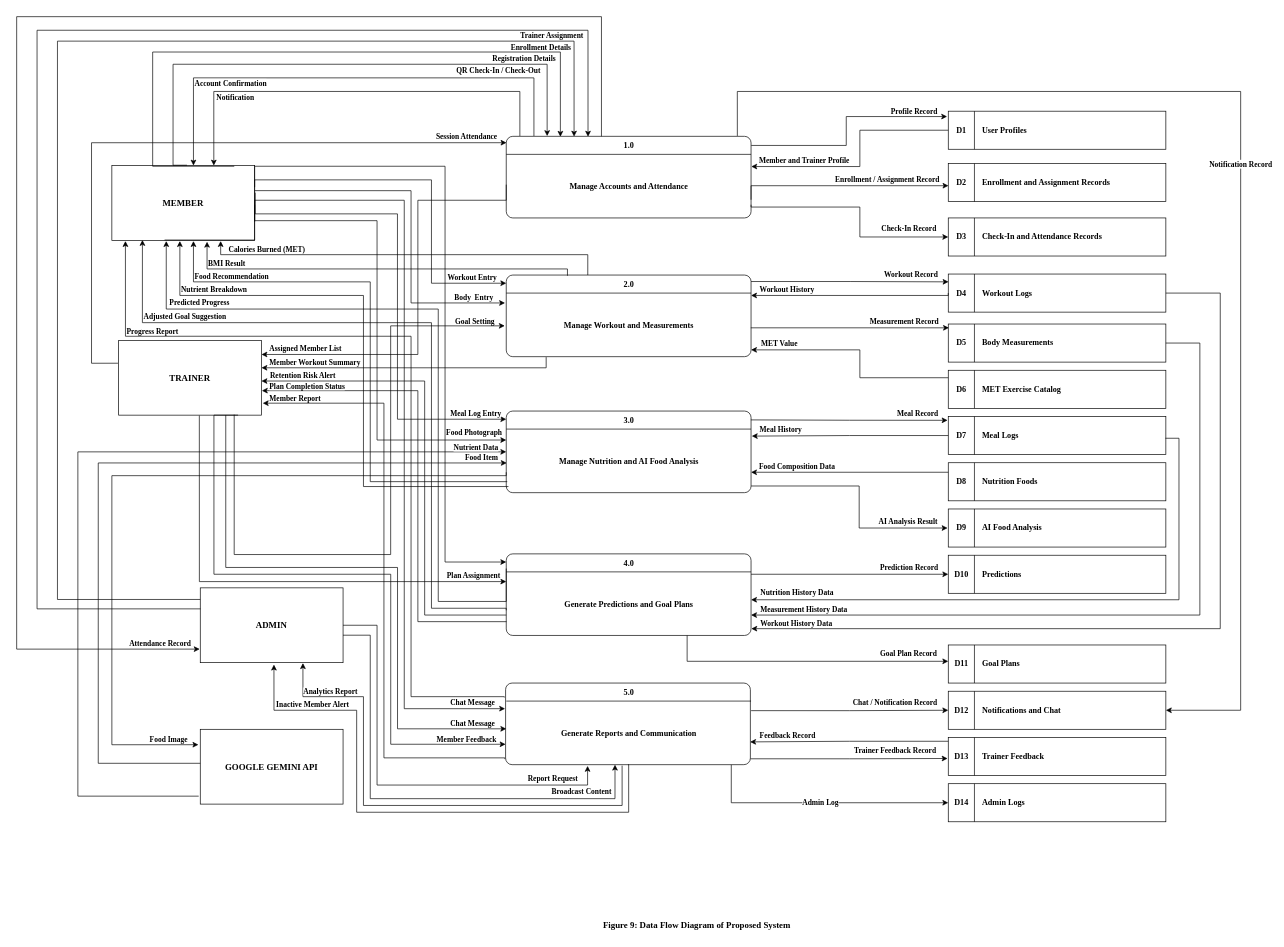
JohnPaul010505/capstsh keeps this draw.io diagram as chapter123/DFD-Fig09-Proposed-Overall.drawio. Above is the earlier version. Source tidied: cells renumbered, new cells numbered last; positions are measured from the earlier drawing's top-left corner, leaving out a move shared by most shapes. Both pictures are drawn from the tidied source at 68%, with x=0, y=0 at pixel (16, 16).
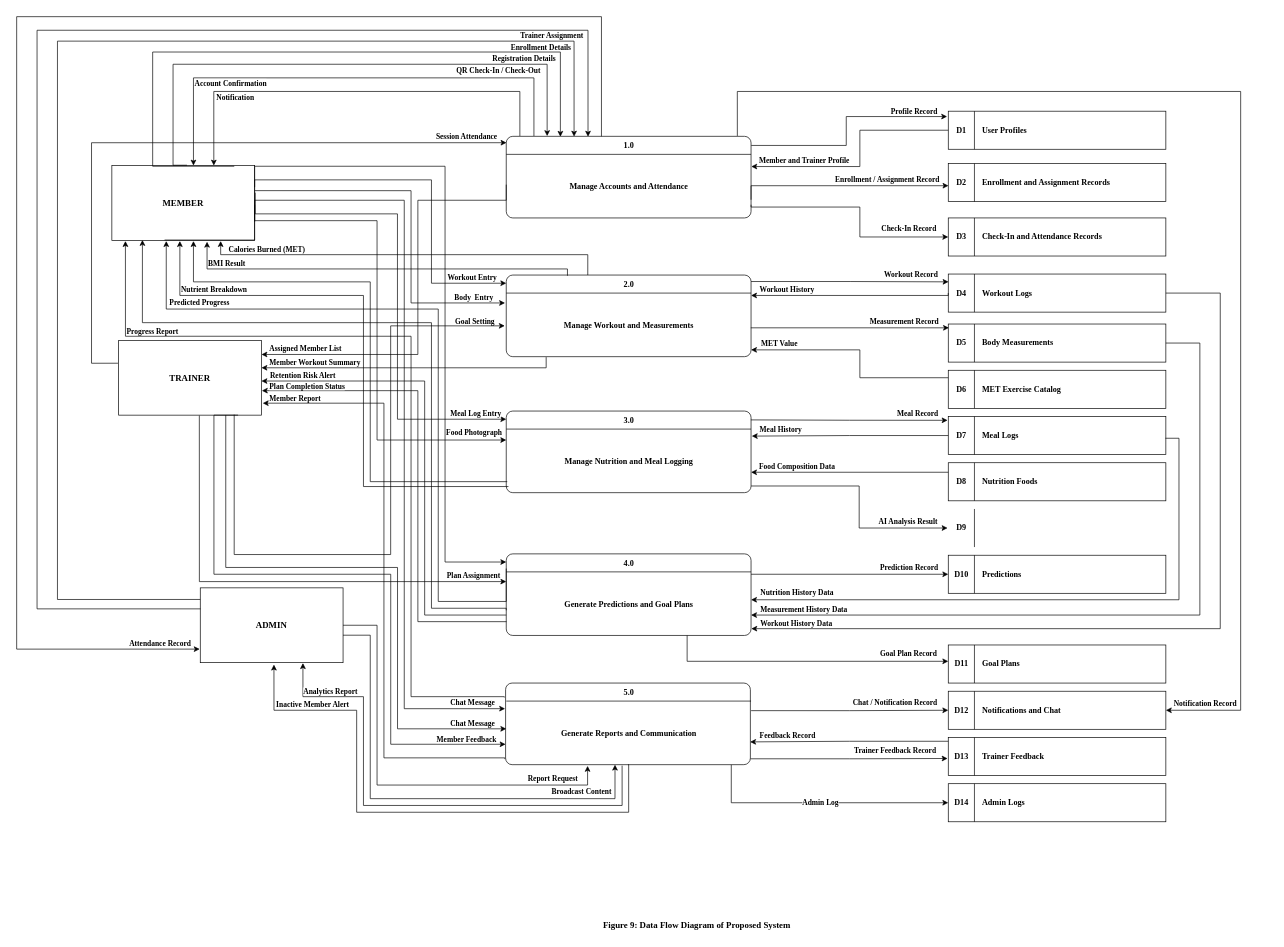
The same diagram, later.

Unchanged cells that the change refers to:
```xml
<mxCell id="7" style="rounded=1;arcSize=8;whiteSpace=wrap;html=1;fillColor=#FFFFFF;strokeColor=#000000;" parent="1" vertex="1">
  <mxGeometry x="720" y="176" width="360" height="120" as="geometry" />
</mxCell>
<mxCell id="15" style="rounded=1;arcSize=8;whiteSpace=wrap;html=1;fillColor=#FFFFFF;strokeColor=#000000;" parent="1" vertex="1">
  <mxGeometry x="720" y="580" width="360" height="120" as="geometry" />
</mxCell>
<mxCell id="60" value="Notifications and Chat" style="rounded=0;whiteSpace=wrap;html=1;fontFamily=Times New Roman;fontSize=12;fontStyle=1;fillColor=#FFFFFF;strokeColor=#000000;align=left;spacingLeft=48;" parent="1" vertex="1">
  <mxGeometry x="1370" y="992" width="320" height="56" as="geometry" />
</mxCell>
```

Change to the diagram source:
```diff
@@
-    <mxCell id="6" value="GOOGLE GEMINI API" style="rounded=0;whiteSpace=wrap;html=1;fontFamily=Times New Roman;fontSize=13;fontStyle=1;fillColor=#FFFFFF;strokeColor=#000000;" parent="1" vertex="1">
-      <mxGeometry x="270" y="1048" width="210" height="110" as="geometry" />
-    </mxCell>
@@
-    <mxCell id="17" value="Manage Nutrition and AI Food Analysis" style="text;html=1;align=center;verticalAlign=middle;fontFamily=Times New Roman;fontSize=12;fontStyle=1;strokeColor=none;fillColor=none;" parent="1" vertex="1">
+    <mxCell id="17" value="Manage Nutrition and Meal Logging" style="text;html=1;align=center;verticalAlign=middle;fontFamily=Times New Roman;fontSize=12;fontStyle=1;strokeColor=none;fillColor=none;" parent="1" vertex="1">
       <mxGeometry x="726" y="612" width="348" height="84" as="geometry" />
     </mxCell>
@@
-    <mxCell id="51" value="AI Food Analysis" style="rounded=0;whiteSpace=wrap;html=1;fontFamily=Times New Roman;fontSize=12;fontStyle=1;fillColor=#FFFFFF;strokeColor=#000000;align=left;spacingLeft=48;" parent="1" vertex="1">
-      <mxGeometry x="1370" y="724" width="320" height="56" as="geometry" />
-    </mxCell>
@@
-    <mxCell id="82" value="Notification Record" style="edgeStyle=orthogonalEdgeStyle;rounded=0;html=1;endArrow=classic;endFill=1;fontFamily=Times New Roman;fontSize=11;fontStyle=1;labelBackgroundColor=#FFFFFF;strokeColor=#000000;exitX=0.944;exitY=-0.005;exitDx=0;exitDy=0;exitPerimeter=0;entryX=1;entryY=0.5;entryDx=0;entryDy=0;" parent="1" edge="1" source="7" target="60">
+    <mxCell id="82" style="edgeStyle=orthogonalEdgeStyle;rounded=0;html=1;endArrow=classic;endFill=1;fontFamily=Times New Roman;fontSize=11;fontStyle=1;labelBackgroundColor=#FFFFFF;strokeColor=#000000;exitX=0.944;exitY=-0.005;exitDx=0;exitDy=0;exitPerimeter=0;entryX=1;entryY=0.5;entryDx=0;entryDy=0;" parent="1" edge="1" source="7" target="60">
       <mxGeometry relative="1" as="geometry">
         <Array as="points">
           <mxPoint x="1059.8" y="110" />
           <mxPoint x="1800" y="110" />
           <mxPoint x="1800" y="1020" />
         </Array>
       </mxGeometry>
     </mxCell>
@@
-    <mxCell id="101" style="edgeStyle=orthogonalEdgeStyle;rounded=0;html=1;endArrow=classic;endFill=1;fontFamily=Times New Roman;fontSize=11;fontStyle=1;labelBackgroundColor=#FFFFFF;strokeColor=#000000;entryX=-0.013;entryY=0.206;entryDx=0;entryDy=0;entryPerimeter=0;exitX=0;exitY=0.75;exitDx=0;exitDy=0;" parent="1" edge="1" source="15" target="6">
-      <mxGeometry relative="1" as="geometry">
-        <Array as="points">
-          <mxPoint x="720" y="675" />
-          <mxPoint x="140" y="675" />
-          <mxPoint x="140" y="1070.7" />
-        </Array>
-      </mxGeometry>
-    </mxCell>
-    <mxCell id="102" style="edgeStyle=orthogonalEdgeStyle;rounded=0;html=1;endArrow=classic;endFill=1;fontFamily=Times New Roman;fontSize=11;fontStyle=1;labelBackgroundColor=#FFFFFF;strokeColor=#000000;exitX=0;exitY=0.5;exitDx=0;exitDy=0;entryX=0.002;entryY=0.636;entryDx=0;entryDy=0;entryPerimeter=0;" parent="1" edge="1" target="15">
-      <mxGeometry relative="1" as="geometry">
-        <mxPoint x="270" y="1098" as="sourcePoint" />
-        <Array as="points">
-          <mxPoint x="120" y="1098" />
-          <mxPoint x="120" y="656.3" />
-        </Array>
-      </mxGeometry>
-    </mxCell>
-    <mxCell id="103" style="edgeStyle=orthogonalEdgeStyle;rounded=0;html=1;endArrow=classic;endFill=1;fontFamily=Times New Roman;fontSize=11;fontStyle=1;labelBackgroundColor=#FFFFFF;strokeColor=#000000;entryX=0;entryY=0.5;entryDx=0;entryDy=0;exitX=-0.011;exitY=0.894;exitDx=0;exitDy=0;exitPerimeter=0;" parent="1" edge="1" source="6" target="15">
-      <mxGeometry relative="1" as="geometry">
-        <Array as="points">
-          <mxPoint x="90" y="1146.3" />
-          <mxPoint x="90" y="640" />
-        </Array>
-      </mxGeometry>
-    </mxCell>
@@
-    <mxCell id="153" value="&lt;span style=&quot;color: rgb(0, 0, 0); font-family: &amp;quot;Times New Roman&amp;quot;; font-size: 11px; font-style: normal; font-variant-ligatures: normal; font-variant-caps: normal; font-weight: 700; letter-spacing: normal; orphans: 2; text-align: center; text-indent: 0px; text-transform: none; widows: 2; word-spacing: 0px; -webkit-text-stroke-width: 0px; white-space: nowrap; background-color: rgb(255, 255, 255); text-decoration-thickness: initial; text-decoration-style: initial; text-decoration-color: initial; display: inline !important; float: none;&quot;&gt;Food Recommendation&lt;/span&gt;" style="text;whiteSpace=wrap;html=1;" parent="1" vertex="1">
-      <mxGeometry x="260" y="369" width="140" height="20" as="geometry" />
-    </mxCell>
@@
-    <mxCell id="156" value="&lt;span style=&quot;color: rgb(0, 0, 0); font-family: &amp;quot;Times New Roman&amp;quot;; font-size: 11px; font-style: normal; font-variant-ligatures: normal; font-variant-caps: normal; font-weight: 700; letter-spacing: normal; orphans: 2; text-align: center; text-indent: 0px; text-transform: none; widows: 2; word-spacing: 0px; -webkit-text-stroke-width: 0px; white-space: nowrap; background-color: rgb(255, 255, 255); text-decoration-thickness: initial; text-decoration-style: initial; text-decoration-color: initial; display: inline !important; float: none;&quot;&gt;Adjusted Goal Suggestion&lt;/span&gt;" style="text;whiteSpace=wrap;html=1;" parent="1" vertex="1">
-      <mxGeometry x="185" y="426.5" width="160" height="40" as="geometry" />
-    </mxCell>
@@
-    <mxCell id="170" value="&lt;span style=&quot;color: rgb(0, 0, 0); font-family: &amp;quot;Times New Roman&amp;quot;; font-size: 11px; font-style: normal; font-variant-ligatures: normal; font-variant-caps: normal; font-weight: 700; letter-spacing: normal; orphans: 2; text-align: center; text-indent: 0px; text-transform: none; widows: 2; word-spacing: 0px; -webkit-text-stroke-width: 0px; white-space: nowrap; background-color: rgb(255, 255, 255); text-decoration-thickness: initial; text-decoration-style: initial; text-decoration-color: initial; float: none; display: inline !important;&quot;&gt;&amp;nbsp;Food Item&lt;/span&gt;" style="text;whiteSpace=wrap;html=1;" parent="1" vertex="1">
-      <mxGeometry x="655" y="635" width="65" height="20" as="geometry" />
-    </mxCell>
-    <mxCell id="171" value="&lt;span style=&quot;color: rgb(0, 0, 0); font-family: &amp;quot;Times New Roman&amp;quot;; font-size: 11px; font-style: normal; font-variant-ligatures: normal; font-variant-caps: normal; font-weight: 700; letter-spacing: normal; orphans: 2; text-align: center; text-indent: 0px; text-transform: none; widows: 2; word-spacing: 0px; -webkit-text-stroke-width: 0px; white-space: nowrap; background-color: rgb(255, 255, 255); text-decoration-thickness: initial; text-decoration-style: initial; text-decoration-color: initial; float: none; display: inline !important;&quot;&gt;Nutrient Data&lt;/span&gt;" style="text;whiteSpace=wrap;html=1;" parent="1" vertex="1">
-      <mxGeometry x="641" y="620" width="65" height="20" as="geometry" />
-    </mxCell>
-    <mxCell id="172" value="&lt;span style=&quot;color: rgb(0, 0, 0); font-family: &amp;quot;Times New Roman&amp;quot;; font-size: 11px; font-style: normal; font-variant-ligatures: normal; font-variant-caps: normal; font-weight: 700; letter-spacing: normal; orphans: 2; text-align: center; text-indent: 0px; text-transform: none; widows: 2; word-spacing: 0px; -webkit-text-stroke-width: 0px; white-space: nowrap; background-color: rgb(255, 255, 255); text-decoration-thickness: initial; text-decoration-style: initial; text-decoration-color: initial; float: none; display: inline !important;&quot;&gt;Food Image&amp;nbsp;&lt;/span&gt;" style="text;whiteSpace=wrap;html=1;" parent="1" vertex="1">
-      <mxGeometry x="194" y="1049" width="57" height="40" as="geometry" />
-    </mxCell>
@@
+    <mxCell id="184" value="&lt;span style=&quot;color: rgb(0, 0, 0); font-family: &amp;quot;Times New Roman&amp;quot;; font-size: 11px; font-style: normal; font-variant-ligatures: normal; font-variant-caps: normal; font-weight: 700; letter-spacing: normal; orphans: 2; text-align: center; text-indent: 0px; text-transform: none; widows: 2; word-spacing: 0px; -webkit-text-stroke-width: 0px; white-space: nowrap; background-color: rgb(255, 255, 255); text-decoration-thickness: initial; text-decoration-style: initial; text-decoration-color: initial; display: inline !important; float: none;&quot;&gt;Notification Record&lt;/span&gt;" style="text;whiteSpace=wrap;html=1;" parent="1" vertex="1">
+      <mxGeometry x="1700" y="996" width="130" height="40" as="geometry" />
+    </mxCell>
```
